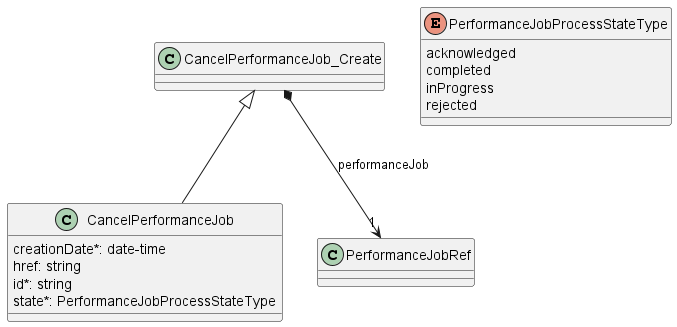
Before: documentation/serviceApi/pm/performance/media/cancelPerformanceJobModel.png, a diagram exported from PlantUML (MEF-GIT/MEF-LSO-Legato-SDK).
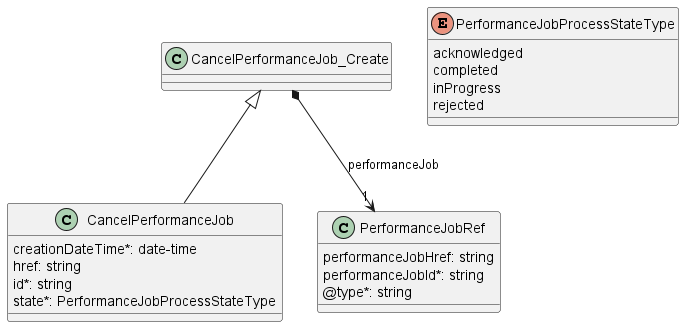
After the commit.

Change to the diagram source:
```diff
@@ -1,15 +1,12 @@
 @startuml cancelPerformanceJobModel
 
 class CancelPerformanceJob {
-
-    creationDate*: date-time
+    creationDateTime*: date-time
     href: string
     id*: string
     state*: PerformanceJobProcessStateType
 }
 CancelPerformanceJob_Create <|-- CancelPerformanceJob
-
-
 
 class CancelPerformanceJob_Create {
 
@@ -17,9 +14,13 @@
 
 CancelPerformanceJob_Create *-->"1" PerformanceJobRef : performanceJob
 
+class PerformanceJobRef {
+    performanceJobHref: string
+    performanceJobId*: string
+    @type*: string
+}
 
 enum PerformanceJobProcessStateType {
-
     acknowledged
     completed
     inProgress
```
